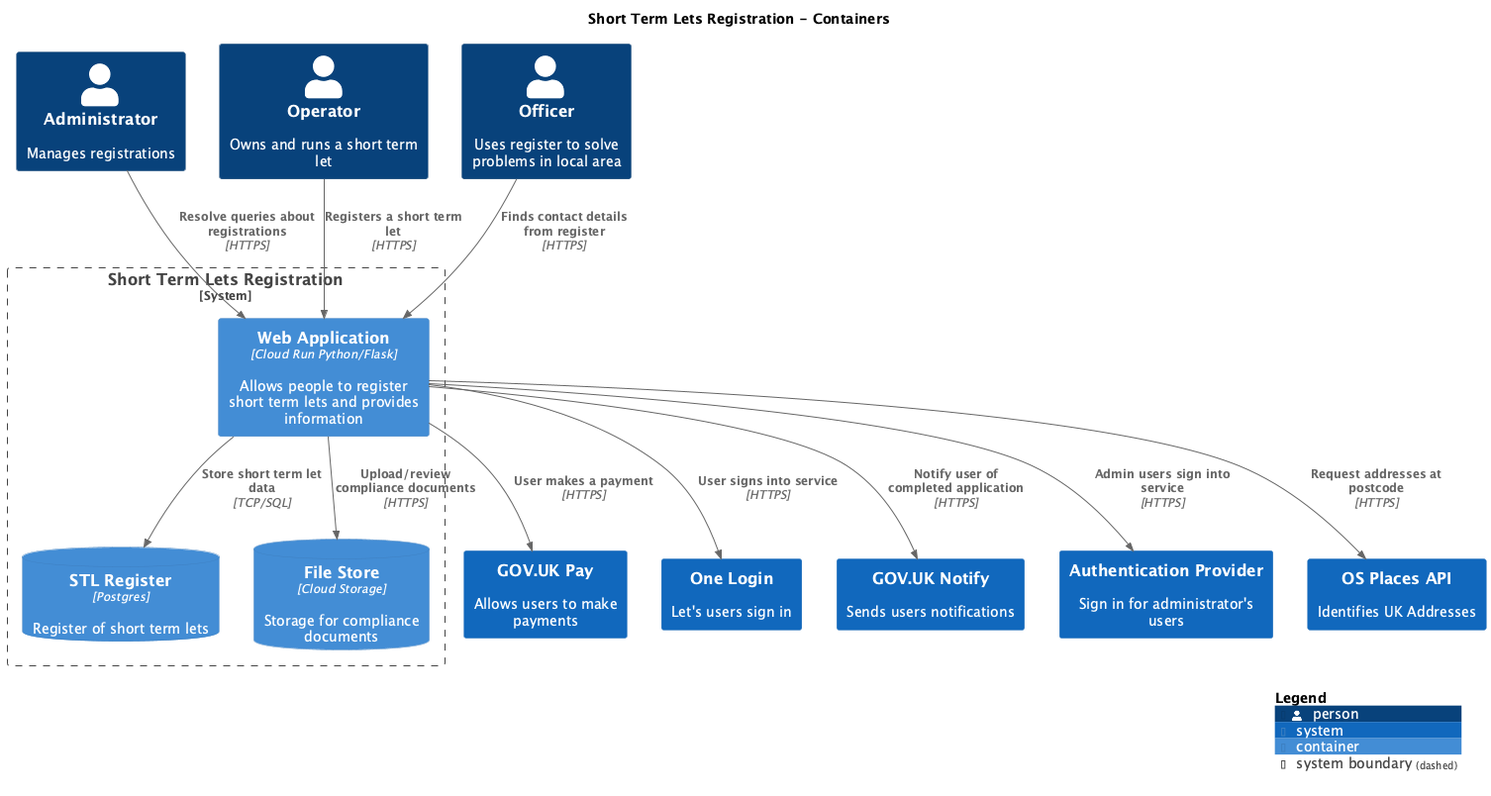
This is main/png/Containers.png from DCMSstats/stl-architecture, a PlantUML export, as it was before one commit.
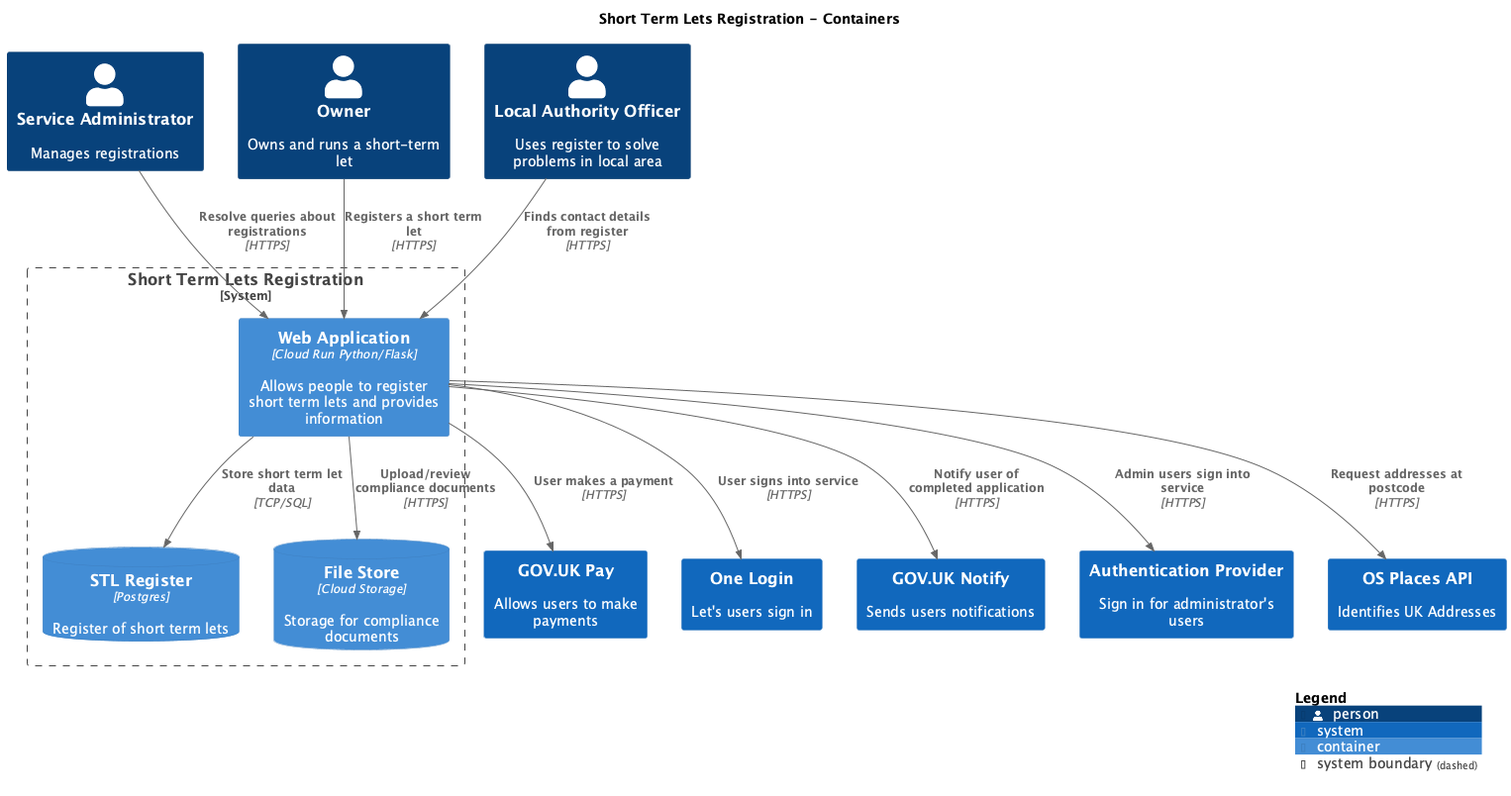
Above is the later version.

What changed in the source:
```diff
@@ -8,9 +8,9 @@
 !include <C4/C4_Context>
 !include <C4/C4_Container>
 
-Person(Administrator, "Administrator", $descr="Manages registrations", $tags="", $link="")
-Person(Operator, "Operator", $descr="Owns and runs a short term let", $tags="", $link="")
-Person(Officer, "Officer", $descr="Uses register to solve problems in local area", $tags="", $link="")
+Person(ServiceAdministrator, "Service Administrator", $descr="Manages registrations", $tags="", $link="")
+Person(Owner, "Owner", $descr="Owns and runs a short-term let", $tags="", $link="")
+Person(LocalAuthorityOfficer, "Local Authority Officer", $descr="Uses register to solve problems in local area", $tags="", $link="")
 System(GOVUKPay, "GOV.UK Pay", $descr="Allows users to make payments", $tags="", $link="")
 System(OneLogin, "One Login", $descr="Let's users sign in", $tags="", $link="")
 System(GOVUKNotify, "GOV.UK Notify", $descr="Sends users notifications", $tags="", $link="")
@@ -23,9 +23,9 @@
   ContainerDb(ShortTermLetsRegistration.FileStore, "File Store", $techn="Cloud Storage", $descr="Storage for compliance documents", $tags="", $link="")
 }
 
-Rel(Operator, ShortTermLetsRegistration.WebApplication, "Registers a short term let", $techn="HTTPS", $tags="", $link="")
-Rel(Administrator, ShortTermLetsRegistration.WebApplication, "Resolve queries about registrations", $techn="HTTPS", $tags="", $link="")
-Rel(Officer, ShortTermLetsRegistration.WebApplication, "Finds contact details from register", $techn="HTTPS", $tags="", $link="")
+Rel(Owner, ShortTermLetsRegistration.WebApplication, "Registers a short term let", $techn="HTTPS", $tags="", $link="")
+Rel(ServiceAdministrator, ShortTermLetsRegistration.WebApplication, "Resolve queries about registrations", $techn="HTTPS", $tags="", $link="")
+Rel(LocalAuthorityOfficer, ShortTermLetsRegistration.WebApplication, "Finds contact details from register", $techn="HTTPS", $tags="", $link="")
 Rel(ShortTermLetsRegistration.WebApplication, ShortTermLetsRegistration.STLRegister, "Store short term let data", $techn="TCP/SQL", $tags="", $link="")
 Rel(ShortTermLetsRegistration.WebApplication, GOVUKPay, "User makes a payment", $techn="HTTPS", $tags="", $link="")
 Rel(ShortTermLetsRegistration.WebApplication, OneLogin, "User signs into service", $techn="HTTPS", $tags="", $link="")
```
